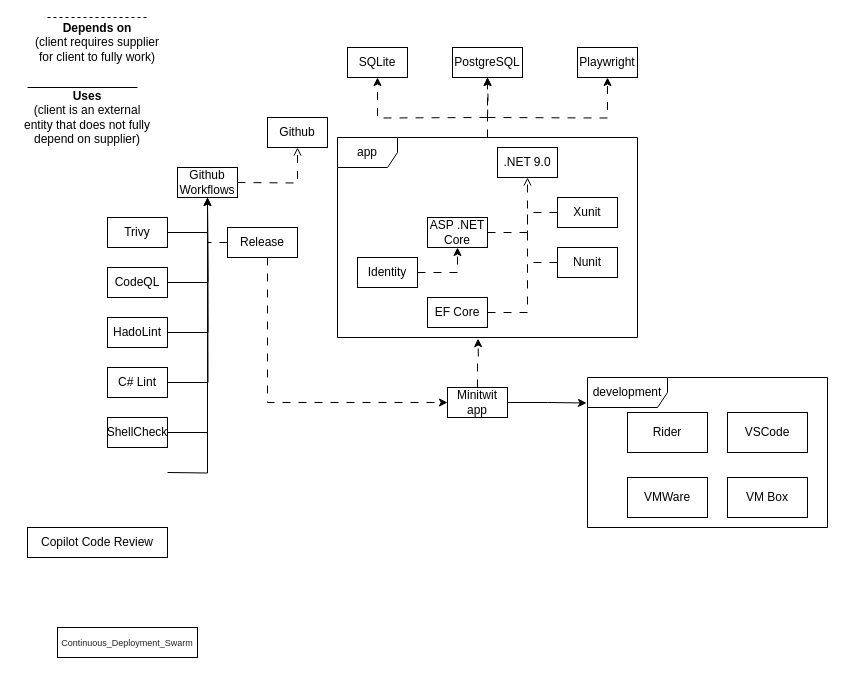
Earlier version of the draw.io diagram diagrams/dependency_diagram/MiniTwit_dependency_diagram.drawio (Joakim-David/GruppeOG). Source tidied: cells renumbered, new cells numbered last; positions are measured from the earlier drawing's top-left corner, leaving out a move shared by most shapes. Both pictures are drawn from the tidied source at 100%, with x=0, y=0 at pixel (17, 17).
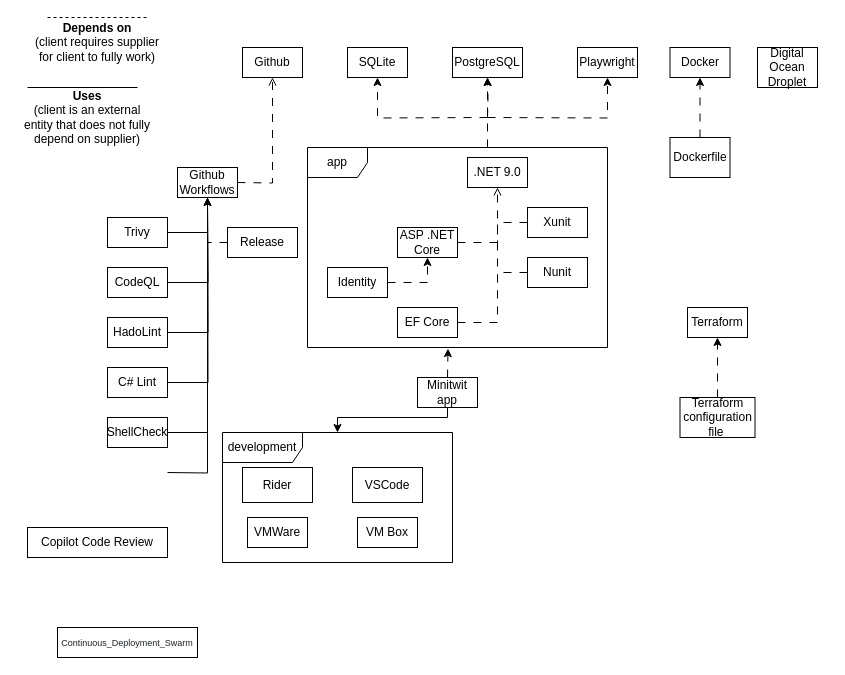
The same page after the edit.

Unchanged cells that the change refers to:
```xml
<mxCell id="18" value="&lt;font&gt;Release&lt;/font&gt;" style="rounded=0;whiteSpace=wrap;html=1;" parent="1" vertex="1">
  <mxGeometry x="210" y="210" width="70" height="30" as="geometry" />
</mxCell>
<mxCell id="28" value="PostgreSQL" style="rounded=0;whiteSpace=wrap;html=1;" parent="1" vertex="1">
  <mxGeometry x="435" y="30" width="70" height="30" as="geometry" />
</mxCell>
```

Change to the diagram source:
```diff
@@
     <mxCell id="2" value="Github" style="rounded=0;whiteSpace=wrap;html=1;" parent="1" vertex="1">
-      <mxGeometry x="250" y="100" width="60" height="30" as="geometry" />
+      <mxGeometry x="225" y="30" width="60" height="30" as="geometry" />
     </mxCell>
@@
-    <mxCell id="17" style="edgeStyle=orthogonalEdgeStyle;rounded=0;jettySize=auto;html=1;dashed=1;dashPattern=8 8;entryX=0;entryY=0.5;entryDx=0;entryDy=0;" parent="1" edge="1" source="18" target="29">
-      <mxGeometry relative="1" as="geometry">
-        <Array as="points">
-          <mxPoint x="250" y="385" />
-        </Array>
-      </mxGeometry>
-    </mxCell>
@@
     <mxCell id="29" value="Minitwit app" style="rounded=0;whiteSpace=wrap;html=1;" parent="1" vertex="1">
-      <mxGeometry x="430" y="370" width="60" height="30" as="geometry" />
+      <mxGeometry x="400" y="360" width="60" height="30" as="geometry" />
     </mxCell>
-    <mxCell id="30" style="edgeStyle=orthogonalEdgeStyle;rounded=0;jettySize=auto;html=1;entryX=0.466;entryY=1.005;entryDx=0;entryDy=0;entryPerimeter=0;dashed=1;dashPattern=8 8;" parent="1" edge="1" source="29">
+    <mxCell id="30" style="edgeStyle=orthogonalEdgeStyle;rounded=0;jettySize=auto;html=1;entryX=0.466;entryY=1.005;entryDx=0;entryDy=0;entryPerimeter=0;dashed=1;dashPattern=8 8;exitX=0.5;exitY=0;exitDx=0;exitDy=0;" parent="1" edge="1" source="29">
       <mxGeometry relative="1" as="geometry">
-        <mxPoint x="460.5" y="321.1" as="targetPoint" />
+        <mxPoint x="430.5" y="331.1" as="targetPoint" />
       </mxGeometry>
     </mxCell>
@@
     <mxCell id="34" style="edgeStyle=orthogonalEdgeStyle;rounded=0;jettySize=auto;html=1;dashed=1;dashPattern=8 8;" parent="1" edge="1" source="35" target="28">
-      <mxGeometry relative="1" as="geometry" />
+      <mxGeometry relative="1" as="geometry">
+        <Array as="points">
+          <mxPoint x="470" y="120" />
+          <mxPoint x="470" y="120" />
+        </Array>
+      </mxGeometry>
     </mxCell>
     <mxCell id="35" value="app" style="shape=umlFrame;whiteSpace=wrap;html=1;" parent="1" vertex="1">
-      <mxGeometry x="320" y="120" width="300" height="200" as="geometry" />
+      <mxGeometry x="290" y="130" width="300" height="200" as="geometry" />
     </mxCell>
@@
     <mxCell id="37" value="Identity" style="rounded=0;whiteSpace=wrap;html=1;" parent="1" vertex="1">
-      <mxGeometry x="340" y="240" width="60" height="30" as="geometry" />
+      <mxGeometry x="310" y="250" width="60" height="30" as="geometry" />
     </mxCell>
     <mxCell id="38" value=".NET 9.0" style="rounded=0;whiteSpace=wrap;html=1;" parent="1" vertex="1">
-      <mxGeometry x="480" y="130" width="60" height="30" as="geometry" />
+      <mxGeometry x="450" y="140" width="60" height="30" as="geometry" />
     </mxCell>
@@
     <mxCell id="40" value="ASP .NET Core" style="rounded=0;whiteSpace=wrap;html=1;" parent="1" vertex="1">
-      <mxGeometry x="410" y="200" width="60" height="30" as="geometry" />
+      <mxGeometry x="380" y="210" width="60" height="30" as="geometry" />
     </mxCell>
     <mxCell id="41" style="edgeStyle=orthogonalEdgeStyle;rounded=0;orthogonalLoop=1;jettySize=auto;html=1;endArrow=none;endFill=0;dashed=1;dashPattern=8 8;" parent="1" edge="1">
       <mxGeometry relative="1" as="geometry">
-        <mxPoint x="470" y="295" as="sourcePoint" />
-        <mxPoint x="510" y="210" as="targetPoint" />
+        <mxPoint x="440" y="305" as="sourcePoint" />
+        <mxPoint x="480" y="220" as="targetPoint" />
         <Array as="points">
-          <mxPoint x="510" y="295" />
+          <mxPoint x="480" y="305" />
         </Array>
       </mxGeometry>
     </mxCell>
     <mxCell id="42" value="EF Core" style="rounded=0;whiteSpace=wrap;html=1;" parent="1" vertex="1">
-      <mxGeometry x="410" y="280" width="60" height="30" as="geometry" />
+      <mxGeometry x="380" y="290" width="60" height="30" as="geometry" />
     </mxCell>
     <mxCell id="43" style="edgeStyle=orthogonalEdgeStyle;rounded=0;orthogonalLoop=1;jettySize=auto;html=1;endArrow=none;endFill=0;dashed=1;dashPattern=8 8;" parent="1" edge="1">
       <mxGeometry relative="1" as="geometry">
-        <mxPoint x="540" y="195" as="sourcePoint" />
-        <mxPoint x="510" y="215" as="targetPoint" />
+        <mxPoint x="510" y="205" as="sourcePoint" />
+        <mxPoint x="480" y="225" as="targetPoint" />
       </mxGeometry>
     </mxCell>
     <mxCell id="44" style="edgeStyle=orthogonalEdgeStyle;rounded=0;orthogonalLoop=1;jettySize=auto;html=1;endArrow=none;endFill=0;dashed=1;dashPattern=8 8;" parent="1" edge="1">
       <mxGeometry relative="1" as="geometry">
-        <mxPoint x="540" y="245" as="sourcePoint" />
-        <mxPoint x="510" y="265" as="targetPoint" />
+        <mxPoint x="510" y="255" as="sourcePoint" />
+        <mxPoint x="480" y="275" as="targetPoint" />
       </mxGeometry>
     </mxCell>
     <mxCell id="45" value="Xunit" style="rounded=0;whiteSpace=wrap;html=1;" parent="1" vertex="1">
-      <mxGeometry x="540" y="180" width="60" height="30" as="geometry" />
+      <mxGeometry x="510" y="190" width="60" height="30" as="geometry" />
     </mxCell>
     <mxCell id="46" value="Nunit" style="rounded=0;whiteSpace=wrap;html=1;" parent="1" vertex="1">
-      <mxGeometry x="540" y="230" width="60" height="30" as="geometry" />
+      <mxGeometry x="510" y="240" width="60" height="30" as="geometry" />
     </mxCell>
     <mxCell id="47" value="development" style="shape=umlFrame;whiteSpace=wrap;html=1;width=80;height=30;" parent="1" vertex="1">
-      <mxGeometry x="570" y="360" width="240" height="150" as="geometry" />
+      <mxGeometry x="205" y="415" width="230" height="130" as="geometry" />
     </mxCell>
     <mxCell id="48" value="Rider" style="html=1;whiteSpace=wrap;" parent="1" vertex="1">
-      <mxGeometry x="610" y="395" width="80" height="40" as="geometry" />
+      <mxGeometry x="225" y="450" width="70" height="35" as="geometry" />
     </mxCell>
     <mxCell id="49" value="VSCode" style="html=1;whiteSpace=wrap;" parent="1" vertex="1">
-      <mxGeometry x="710" y="395" width="80" height="40" as="geometry" />
+      <mxGeometry x="335" y="450" width="70" height="35" as="geometry" />
     </mxCell>
-    <mxCell id="50" value="VM Box" style="html=1;whiteSpace=wrap;" parent="1" vertex="1">
-      <mxGeometry x="710" y="460" width="80" height="40" as="geometry" />
-    </mxCell>
     <mxCell id="51" value="VMWare" style="html=1;whiteSpace=wrap;" parent="1" vertex="1">
-      <mxGeometry x="610" y="460" width="80" height="40" as="geometry" />
+      <mxGeometry x="230" y="500" width="60" height="30" as="geometry" />
     </mxCell>
-    <mxCell id="52" style="edgeStyle=orthogonalEdgeStyle;rounded=0;jettySize=auto;html=1;entryX=-0.004;entryY=0.17;entryDx=0;entryDy=0;entryPerimeter=0;" parent="1" edge="1" source="29" target="47">
-      <mxGeometry relative="1" as="geometry" />
+    <mxCell id="52" style="edgeStyle=orthogonalEdgeStyle;rounded=0;jettySize=auto;html=1;" parent="1" edge="1" source="29" target="47">
+      <mxGeometry relative="1" as="geometry">
+        <Array as="points">
+          <mxPoint x="320" y="400" />
+        </Array>
+      </mxGeometry>
     </mxCell>
+    <mxCell id="53" style="edgeStyle=orthogonalEdgeStyle;rounded=0;jettySize=auto;html=1;entryX=0.5;entryY=1;entryDx=0;entryDy=0;dashed=1;dashPattern=8 8;" parent="1" edge="1" source="54" target="56">
+      <mxGeometry relative="1" as="geometry" />
+    </mxCell>
+    <mxCell id="54" value="Terraform configuration file&amp;nbsp;" style="html=1;whiteSpace=wrap;" parent="1" vertex="1">
+      <mxGeometry x="662.5" y="380" width="75" height="40" as="geometry" />
+    </mxCell>
+    <mxCell id="50" value="VM Box" style="html=1;whiteSpace=wrap;" parent="1" vertex="1">
+      <mxGeometry x="340" y="500" width="60" height="30" as="geometry" />
+    </mxCell>
+    <mxCell id="55" value="Digital Ocean Droplet" style="html=1;whiteSpace=wrap;" parent="1" vertex="1">
+      <mxGeometry x="740" y="30" width="60" height="40" as="geometry" />
+    </mxCell>
+    <mxCell id="56" value="Terraform" style="html=1;whiteSpace=wrap;" parent="1" vertex="1">
+      <mxGeometry x="670" y="290" width="60" height="30" as="geometry" />
+    </mxCell>
+    <mxCell id="57" value="Docker" style="html=1;whiteSpace=wrap;" parent="1" vertex="1">
+      <mxGeometry x="652.5" y="30" width="60" height="30" as="geometry" />
+    </mxCell>
+    <mxCell id="58" style="edgeStyle=orthogonalEdgeStyle;rounded=0;jettySize=auto;html=1;dashed=1;dashPattern=8 8;" parent="1" edge="1" source="59" target="57">
+      <mxGeometry relative="1" as="geometry" />
+    </mxCell>
+    <mxCell id="59" value="Dockerfile" style="whiteSpace=wrap;html=1;" parent="1" vertex="1">
+      <mxGeometry x="652.5" y="120" width="60" height="40" as="geometry" />
+    </mxCell>
```
